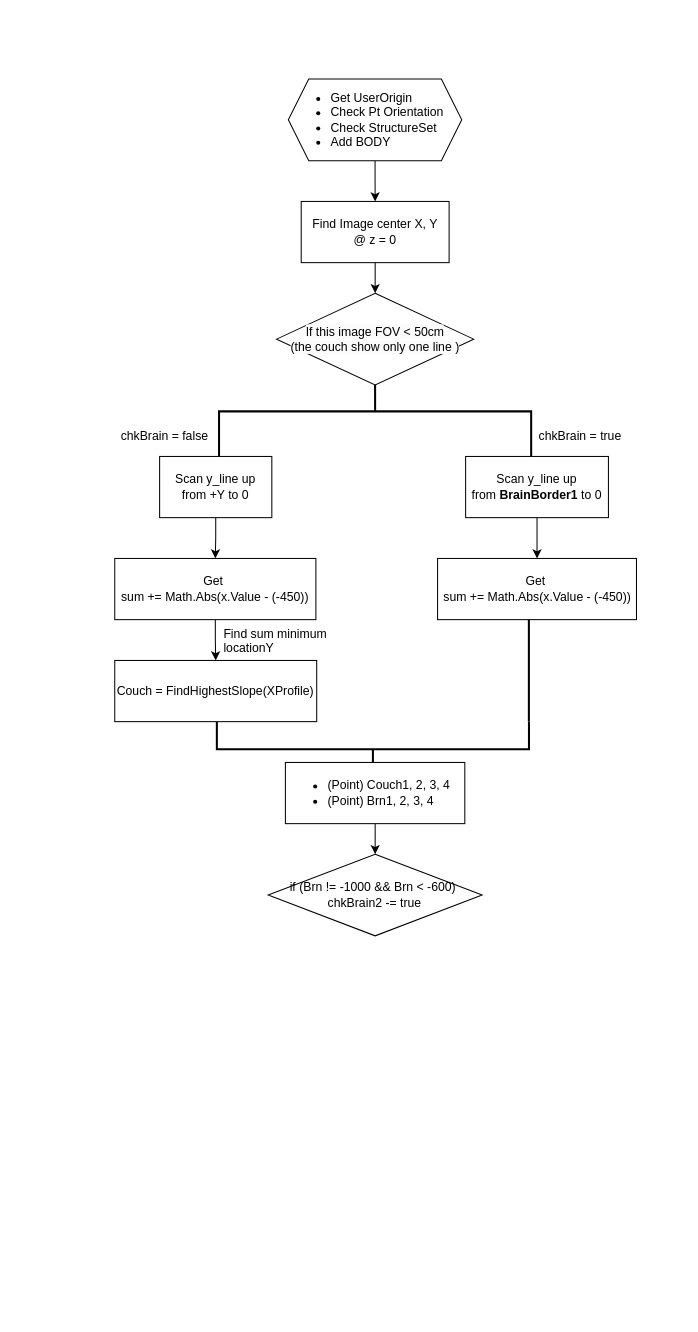
Above: CouchPhoton_Process.drawio in eatingwu1009/CouchInsert (draw.io), before the change. Source tidied: cells renumbered, new cells numbered last; positions are measured from the earlier drawing's top-left corner, leaving out a move shared by most shapes. Both pictures are drawn from the tidied source at 102%, with x=0, y=0 at pixel (108, 79).
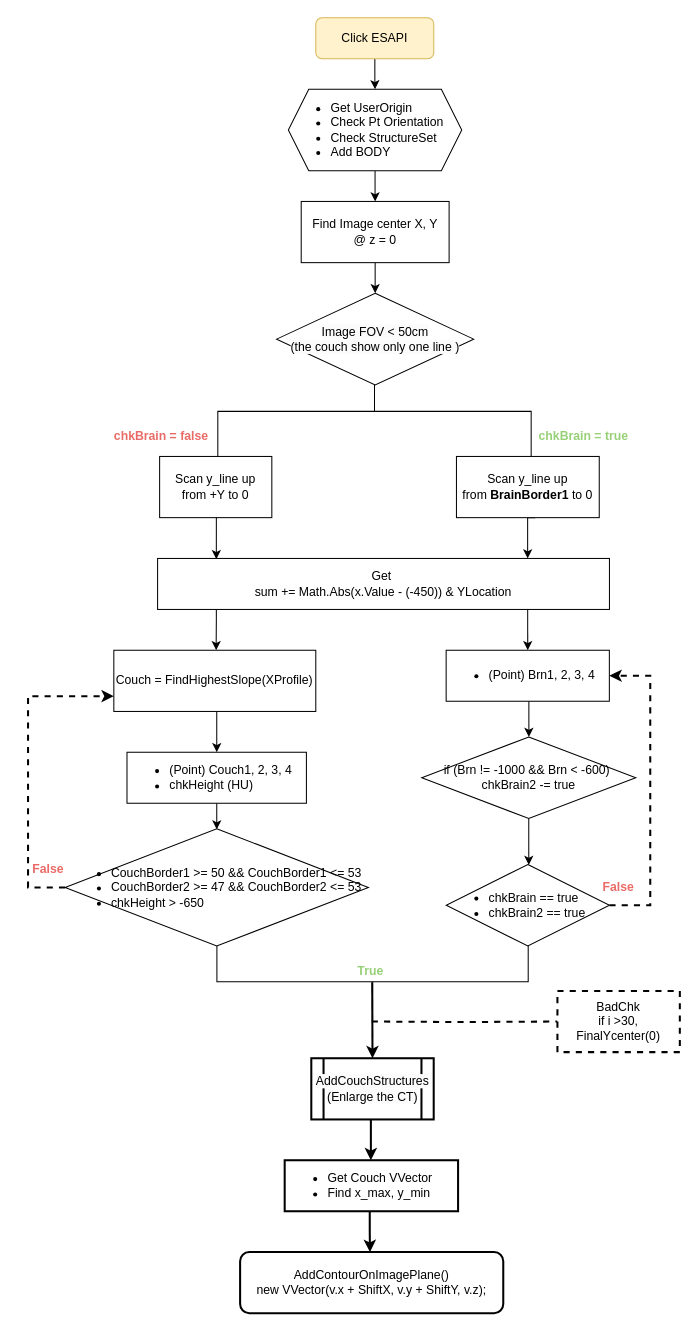
Above is the later version.

The change refers to these unchanged cells:
```xml
<mxCell id="8" value="Scan y_line up &lt;br&gt;from +Y to 0" style="rounded=0;whiteSpace=wrap;html=1;" parent="1" vertex="1">
  <mxGeometry x="50" y="370" width="110" height="60" as="geometry" />
</mxCell>
```

What changed in the source:
```diff
@@
     <mxCell id="3" value="&lt;ul&gt;&lt;li&gt;Get UserOrigin&lt;/li&gt;&lt;li style=&quot;&quot;&gt;Check Pt Orientation&lt;/li&gt;&lt;li style=&quot;&quot;&gt;Check StructureSet&lt;/li&gt;&lt;li style=&quot;&quot;&gt;Add BODY&amp;nbsp;&lt;/li&gt;&lt;/ul&gt;" style="shape=hexagon;perimeter=hexagonPerimeter2;whiteSpace=wrap;html=1;fixedSize=1;align=left;" parent="1" vertex="1">
-      <mxGeometry x="176.2" width="170" height="80" as="geometry" />
+      <mxGeometry x="176.2" y="10" width="170" height="80" as="geometry" />
     </mxCell>
@@
-    <mxCell id="6" style="strokeWidth=2;html=1;shape=mxgraph.flowchart.annotation_2;align=left;labelPosition=right;rotation=90;" parent="1" vertex="1">
-      <mxGeometry x="205.3" y="172.8" width="111.9" height="306" as="geometry" />
+    <mxCell id="6" style="strokeWidth=1;html=1;shape=mxgraph.flowchart.annotation_2;align=left;labelPosition=right;rotation=90;" parent="1" vertex="1">
+      <mxGeometry x="204.7" y="172.2" width="111.9" height="307.2" as="geometry" />
     </mxCell>
-    <mxCell id="7" style="edgeStyle=orthogonalEdgeStyle;rounded=0;jettySize=auto;html=1;" parent="1" edge="1" source="8" target="14">
-      <mxGeometry relative="1" as="geometry" />
+    <mxCell id="7" style="edgeStyle=orthogonalEdgeStyle;rounded=0;jettySize=auto;html=1;entryX=0.13;entryY=0.015;entryDx=0;entryDy=0;entryPerimeter=0;exitX=0.533;exitY=0.99;exitDx=0;exitDy=0;exitPerimeter=0;" parent="1" edge="1" source="8" target="14">
+      <mxGeometry relative="1" as="geometry">
+        <Array as="points">
+          <mxPoint x="106" y="429" />
+        </Array>
+      </mxGeometry>
     </mxCell>
@@
-    <mxCell id="9" value="chkBrain = true" style="text;whiteSpace=wrap;html=1;" parent="1" vertex="1">
+    <mxCell id="9" value="chkBrain = true" style="text;whiteSpace=wrap;html=1;fontColor=#97D077;fontStyle=1;" parent="1" vertex="1">
       <mxGeometry x="420" y="336" width="110" height="20" as="geometry" />
     </mxCell>
-    <mxCell id="10" value="chkBrain = false" style="text;whiteSpace=wrap;html=1;align=right;" parent="1" vertex="1">
+    <mxCell id="10" value="chkBrain = false" style="text;whiteSpace=wrap;html=1;align=right;fontColor=#EA6B66;fontStyle=1;" parent="1" vertex="1">
       <mxGeometry y="336" width="100" height="20" as="geometry" />
     </mxCell>
-    <mxCell id="11" style="edgeStyle=orthogonalEdgeStyle;rounded=0;jettySize=auto;html=1;" parent="1" edge="1" source="12" target="15">
-      <mxGeometry relative="1" as="geometry" />
+    <mxCell id="11" style="edgeStyle=orthogonalEdgeStyle;rounded=0;jettySize=auto;html=1;entryX=0.819;entryY=-0.001;entryDx=0;entryDy=0;entryPerimeter=0;exitX=0.551;exitY=1;exitDx=0;exitDy=0;exitPerimeter=0;" parent="1" edge="1" source="12" target="14">
+      <mxGeometry relative="1" as="geometry">
+        <Array as="points">
+          <mxPoint x="411" y="430" />
+          <mxPoint x="411" y="469" />
+          <mxPoint x="411" y="469" />
+        </Array>
+      </mxGeometry>
     </mxCell>
     <mxCell id="12" value="Scan y_line up &lt;br&gt;from &lt;b&gt;BrainBorder1&lt;/b&gt; to 0" style="rounded=0;whiteSpace=wrap;html=1;" parent="1" vertex="1">
-      <mxGeometry x="350" y="370" width="140" height="60" as="geometry" />
+      <mxGeometry x="341" y="370" width="140" height="60" as="geometry" />
     </mxCell>
-    <mxCell id="13" style="edgeStyle=orthogonalEdgeStyle;rounded=0;jettySize=auto;html=1;" parent="1" edge="1" source="14" target="16">
-      <mxGeometry relative="1" as="geometry" />
+    <mxCell id="13" style="edgeStyle=orthogonalEdgeStyle;rounded=0;jettySize=auto;html=1;exitX=0.13;exitY=1.004;exitDx=0;exitDy=0;exitPerimeter=0;entryX=0.31;entryY=0;entryDx=0;entryDy=0;entryPerimeter=0;" parent="1" edge="1" source="14">
+      <mxGeometry relative="1" as="geometry">
+        <mxPoint x="105.4" y="560" as="targetPoint" />
+        <Array as="points">
+          <mxPoint x="106" y="529" />
+          <mxPoint x="105" y="529" />
+        </Array>
+      </mxGeometry>
     </mxCell>
+    <mxCell id="24" style="edgeStyle=orthogonalEdgeStyle;rounded=0;jettySize=auto;html=1;entryX=0.5;entryY=0;entryDx=0;entryDy=0;exitX=0.819;exitY=1.002;exitDx=0;exitDy=0;exitPerimeter=0;" parent="1" edge="1" source="14" target="33">
+      <mxGeometry relative="1" as="geometry" />
+    </mxCell>
-    <mxCell id="14" value="Get&amp;nbsp;&lt;br&gt;sum += Math.Abs(x.Value - (-450))" style="rounded=0;whiteSpace=wrap;html=1;" parent="1" vertex="1">
-      <mxGeometry x="6" y="470" width="197.2" height="60" as="geometry" />
+    <mxCell id="14" value="Get&amp;nbsp;&lt;br&gt;sum += Math.Abs(x.Value - (-450)) &amp;amp; YLocation" style="rounded=0;whiteSpace=wrap;html=1;" parent="1" vertex="1">
+      <mxGeometry x="48" y="470" width="443" height="50" as="geometry" />
     </mxCell>
-    <mxCell id="15" value="Get&amp;nbsp;&lt;br&gt;sum += Math.Abs(x.Value - (-450))" style="rounded=0;whiteSpace=wrap;html=1;" parent="1" vertex="1">
-      <mxGeometry x="322.5" y="470" width="195" height="60" as="geometry" />
-    </mxCell>
-    <mxCell id="16" value="Couch = FindHighestSlope(XProfile)" style="whiteSpace=wrap;html=1;rounded=0;" parent="1" vertex="1">
-      <mxGeometry x="6" y="570" width="198" height="60" as="geometry" />
-    </mxCell>
-    <mxCell id="17" value="Find sum minimum locationY" style="text;whiteSpace=wrap;html=1;align=left;" parent="1" vertex="1">
-      <mxGeometry x="111" y="530" width="120" height="40" as="geometry" />
-    </mxCell>
-    <mxCell id="18" style="strokeWidth=2;html=1;shape=mxgraph.flowchart.annotation_2;align=left;labelPosition=right;rotation=-90;" parent="1" vertex="1">
-      <mxGeometry x="232.1" y="504.1" width="54" height="306" as="geometry" />
+    <mxCell id="18" style="strokeWidth=1;html=1;shape=mxgraph.flowchart.annotation_2;align=left;labelPosition=right;rotation=-90;" parent="1" vertex="1">
+      <mxGeometry x="219.3" y="732.5" width="78.9" height="305.2" as="geometry" />
     </mxCell>
-    <mxCell id="19" style="endArrow=none;html=1;rounded=0;fontSize=12;strokeWidth=2;" parent="1" edge="1">
-      <mxGeometry relative="1" as="geometry">
-        <mxPoint x="412" y="630" as="sourcePoint" />
-        <mxPoint x="412" y="530" as="targetPoint" />
-      </mxGeometry>
-    </mxCell>
-    <mxCell id="20" style="edgeStyle=orthogonalEdgeStyle;rounded=0;jettySize=auto;html=1;" parent="1" edge="1" source="21" target="23">
-      <mxGeometry relative="1" as="geometry" />
-    </mxCell>
+    <mxCell id="25" style="edgeStyle=orthogonalEdgeStyle;rounded=0;orthogonalLoop=1;jettySize=auto;html=1;" parent="1" edge="1">
+      <mxGeometry relative="1" as="geometry">
+        <mxPoint x="106" y="710" as="sourcePoint" />
+        <mxPoint x="106" y="735.7" as="targetPoint" />
+        <Array as="points">
+          <mxPoint x="106" y="720" />
+          <mxPoint x="106" y="720" />
+        </Array>
+      </mxGeometry>
+    </mxCell>
-    <mxCell id="21" value="&lt;ul&gt;&lt;li&gt;(Point) Couch1, 2, 3, 4&lt;/li&gt;&lt;li&gt;(Point)&amp;nbsp;Brn1, 2, 3, 4&amp;nbsp;&lt;/li&gt;&lt;/ul&gt;" style="rounded=0;whiteSpace=wrap;html=1;align=left;" parent="1" vertex="1">
-      <mxGeometry x="173.3" y="670" width="175.9" height="60" as="geometry" />
+    <mxCell id="21" value="&lt;ul&gt;&lt;li&gt;(Point) Couch1, 2, 3, 4&amp;nbsp;&lt;/li&gt;&lt;li&gt;chkHeight (HU)&lt;/li&gt;&lt;/ul&gt;" style="rounded=0;whiteSpace=wrap;html=1;align=left;" parent="1" vertex="1">
+      <mxGeometry x="18" y="660" width="175.9" height="50" as="geometry" />
     </mxCell>
-    <mxCell id="22" value="&lt;span style=&quot;color: rgb(0, 0, 0); font-family: Helvetica; font-size: 12px; font-style: normal; font-variant-ligatures: normal; font-variant-caps: normal; font-weight: 400; letter-spacing: normal; orphans: 2; text-align: left; text-indent: 0px; text-transform: none; widows: 2; word-spacing: 0px; -webkit-text-stroke-width: 0px; background-color: rgb(251, 251, 251); text-decoration-thickness: initial; text-decoration-style: initial; text-decoration-color: initial; float: none; display: inline !important;&quot;&gt;If this image FOV &amp;lt; 50cm&lt;/span&gt;&lt;br style=&quot;border-color: var(--border-color); color: rgb(0, 0, 0); font-family: Helvetica; font-size: 12px; font-style: normal; font-variant-ligatures: normal; font-variant-caps: normal; font-weight: 400; letter-spacing: normal; orphans: 2; text-align: left; text-indent: 0px; text-transform: none; widows: 2; word-spacing: 0px; -webkit-text-stroke-width: 0px; background-color: rgb(251, 251, 251); text-decoration-thickness: initial; text-decoration-style: initial; text-decoration-color: initial;&quot;&gt;&lt;span style=&quot;color: rgb(0, 0, 0); font-family: Helvetica; font-size: 12px; font-style: normal; font-variant-ligatures: normal; font-variant-caps: normal; font-weight: 400; letter-spacing: normal; orphans: 2; text-align: left; text-indent: 0px; text-transform: none; widows: 2; word-spacing: 0px; -webkit-text-stroke-width: 0px; background-color: rgb(251, 251, 251); text-decoration-thickness: initial; text-decoration-style: initial; text-decoration-color: initial; float: none; display: inline !important;&quot;&gt;(the couch show only one line )&lt;/span&gt;" style="rhombus;whiteSpace=wrap;html=1;" parent="1" vertex="1">
+    <mxCell id="22" value="&lt;span style=&quot;color: rgb(0, 0, 0); font-family: Helvetica; font-size: 12px; font-style: normal; font-variant-ligatures: normal; font-variant-caps: normal; font-weight: 400; letter-spacing: normal; orphans: 2; text-align: left; text-indent: 0px; text-transform: none; widows: 2; word-spacing: 0px; -webkit-text-stroke-width: 0px; background-color: rgb(251, 251, 251); text-decoration-thickness: initial; text-decoration-style: initial; text-decoration-color: initial; float: none; display: inline !important;&quot;&gt;Image FOV &amp;lt; 50cm&lt;/span&gt;&lt;br style=&quot;border-color: var(--border-color); color: rgb(0, 0, 0); font-family: Helvetica; font-size: 12px; font-style: normal; font-variant-ligatures: normal; font-variant-caps: normal; font-weight: 400; letter-spacing: normal; orphans: 2; text-align: left; text-indent: 0px; text-transform: none; widows: 2; word-spacing: 0px; -webkit-text-stroke-width: 0px; background-color: rgb(251, 251, 251); text-decoration-thickness: initial; text-decoration-style: initial; text-decoration-color: initial;&quot;&gt;&lt;span style=&quot;color: rgb(0, 0, 0); font-family: Helvetica; font-size: 12px; font-style: normal; font-variant-ligatures: normal; font-variant-caps: normal; font-weight: 400; letter-spacing: normal; orphans: 2; text-align: left; text-indent: 0px; text-transform: none; widows: 2; word-spacing: 0px; -webkit-text-stroke-width: 0px; background-color: rgb(251, 251, 251); text-decoration-thickness: initial; text-decoration-style: initial; text-decoration-color: initial; float: none; display: inline !important;&quot;&gt;(the couch show only one line )&lt;/span&gt;" style="rhombus;whiteSpace=wrap;html=1;" parent="1" vertex="1">
       <mxGeometry x="164.7" y="210" width="193.2" height="90" as="geometry" />
     </mxCell>
+    <mxCell id="26" style="edgeStyle=orthogonalEdgeStyle;rounded=0;jettySize=auto;html=1;" parent="1" edge="1" source="23" target="35">
+      <mxGeometry relative="1" as="geometry">
+        <Array as="points">
+          <mxPoint x="412" y="740" />
+          <mxPoint x="412" y="740" />
+        </Array>
+      </mxGeometry>
+    </mxCell>
+    <mxCell id="27" style="edgeStyle=orthogonalEdgeStyle;rounded=0;jettySize=auto;html=1;dashed=1;startArrow=none;startFill=0;endArrow=none;endFill=0;entryX=0;entryY=0.5;entryDx=0;entryDy=0;strokeWidth=2;" parent="1" edge="1" target="46">
+      <mxGeometry relative="1" as="geometry">
+        <mxPoint x="258" y="924" as="sourcePoint" />
+      </mxGeometry>
+    </mxCell>
     <mxCell id="23" value="if (Brn != -1000 &amp;amp;&amp;amp; Brn &amp;lt; -600)&amp;nbsp; chkBrain2 -= true" style="rhombus;whiteSpace=wrap;html=1;align=center;rounded=0;verticalAlign=middle;" parent="1" vertex="1">
-      <mxGeometry x="156.4" y="760" width="209.8" height="80" as="geometry" />
+      <mxGeometry x="307" y="645" width="209.8" height="80" as="geometry" />
     </mxCell>
+    <mxCell id="28" style="edgeStyle=orthogonalEdgeStyle;rounded=0;orthogonalLoop=1;jettySize=auto;html=1;" parent="1" edge="1">
+      <mxGeometry relative="1" as="geometry">
+        <mxPoint x="106" y="620" as="sourcePoint" />
+        <mxPoint x="106" y="660" as="targetPoint" />
+        <Array as="points">
+          <mxPoint x="106" y="650" />
+          <mxPoint x="106" y="650" />
+        </Array>
+      </mxGeometry>
+    </mxCell>
+    <mxCell id="16" value="Couch = FindHighestSlope(XProfile)" style="whiteSpace=wrap;html=1;rounded=0;" parent="1" vertex="1">
+      <mxGeometry x="5.1" y="560" width="198" height="60" as="geometry" />
+    </mxCell>
+    <mxCell id="29" style="edgeStyle=orthogonalEdgeStyle;rounded=0;jettySize=auto;html=1;entryX=0;entryY=0.75;entryDx=0;entryDy=0;dashed=1;strokeWidth=2;" parent="1" edge="1" source="30" target="16">
+      <mxGeometry relative="1" as="geometry">
+        <Array as="points">
+          <mxPoint x="-79" y="793" />
+          <mxPoint x="-79" y="605" />
+        </Array>
+      </mxGeometry>
+    </mxCell>
+    <mxCell id="30" value="&lt;div style=&quot;text-align: left;&quot;&gt;&lt;ul&gt;&lt;li&gt;&lt;span style=&quot;background-color: initial;&quot;&gt;CouchBorder1 &amp;gt;= 50 &amp;amp;&amp;amp; CouchBorder1 &amp;lt;= 53&lt;/span&gt;&lt;/li&gt;&lt;li&gt;&lt;span style=&quot;background-color: initial;&quot;&gt;CouchBorder2 &amp;gt;= 47 &amp;amp;&amp;amp; CouchBorder2 &amp;lt;= 53&lt;br&gt;&lt;/span&gt;&lt;/li&gt;&lt;li&gt;&lt;span style=&quot;background-color: initial;&quot;&gt;chkHeight &amp;gt; -650&lt;/span&gt;&lt;/li&gt;&lt;/ul&gt;&lt;/div&gt;" style="rhombus;whiteSpace=wrap;html=1;rounded=0;" parent="1" vertex="1">
+      <mxGeometry x="-42.7" y="735" width="297.4" height="115" as="geometry" />
+    </mxCell>
+    <mxCell id="31" style="edgeStyle=orthogonalEdgeStyle;rounded=0;jettySize=auto;html=1;strokeWidth=2;" parent="1" edge="1" target="38">
+      <mxGeometry relative="1" as="geometry">
+        <mxPoint x="257.1" y="1015" as="sourcePoint" />
+        <Array as="points">
+          <mxPoint x="256.9" y="1050" />
+          <mxPoint x="256.9" y="1050" />
+        </Array>
+      </mxGeometry>
+    </mxCell>
+    <mxCell id="32" style="edgeStyle=orthogonalEdgeStyle;rounded=0;jettySize=auto;html=1;" parent="1" edge="1" source="33" target="23">
+      <mxGeometry relative="1" as="geometry">
+        <Array as="points">
+          <mxPoint x="412" y="620" />
+          <mxPoint x="412" y="620" />
+        </Array>
+      </mxGeometry>
+    </mxCell>
+    <mxCell id="33" value="&lt;ul&gt;&lt;li&gt;(Point)&amp;nbsp;Brn1, 2, 3, 4&amp;nbsp;&lt;/li&gt;&lt;/ul&gt;" style="rounded=0;whiteSpace=wrap;html=1;align=left;" parent="1" vertex="1">
+      <mxGeometry x="330.9" y="560" width="160" height="50" as="geometry" />
+    </mxCell>
+    <mxCell id="34" style="edgeStyle=orthogonalEdgeStyle;rounded=0;jettySize=auto;html=1;entryX=1;entryY=0.5;entryDx=0;entryDy=0;dashed=1;strokeWidth=2;" parent="1" edge="1" source="35" target="33">
+      <mxGeometry relative="1" as="geometry">
+        <Array as="points">
+          <mxPoint x="531" y="810" />
+          <mxPoint x="531" y="585" />
+        </Array>
+      </mxGeometry>
+    </mxCell>
+    <mxCell id="35" value="&lt;ul&gt;&lt;li&gt;&lt;span style=&quot;background-color: initial;&quot;&gt;chkBrain == true&lt;/span&gt;&lt;/li&gt;&lt;li&gt;chkBrain2 == true&lt;/li&gt;&lt;/ul&gt;" style="rhombus;whiteSpace=wrap;html=1;rounded=0;align=left;" parent="1" vertex="1">
+      <mxGeometry x="331" y="770" width="160" height="80" as="geometry" />
+    </mxCell>
+    <mxCell id="36" style="endArrow=classic;html=1;rounded=0;exitX=0.496;exitY=0.499;exitDx=0;exitDy=0;exitPerimeter=0;entryX=0.5;entryY=0;entryDx=0;entryDy=0;strokeWidth=2;" parent="1" edge="1">
+      <mxGeometry relative="1" as="geometry">
+        <mxPoint x="258.4" y="885.4" as="sourcePoint" />
+        <mxPoint x="258.7" y="960" as="targetPoint" />
+      </mxGeometry>
+    </mxCell>
+    <mxCell id="37" style="edgeStyle=orthogonalEdgeStyle;rounded=0;orthogonalLoop=1;jettySize=auto;html=1;entryX=0.493;entryY=0.002;entryDx=0;entryDy=0;entryPerimeter=0;strokeWidth=2;" parent="1" edge="1">
+      <mxGeometry relative="1" as="geometry">
+        <mxPoint x="256" y="1110" as="sourcePoint" />
+        <mxPoint x="256.2" y="1150.1" as="targetPoint" />
+        <Array as="points">
+          <mxPoint x="255.9" y="1130" />
+          <mxPoint x="255.9" y="1130" />
+        </Array>
+      </mxGeometry>
+    </mxCell>
+    <mxCell id="38" value="&lt;ul&gt;&lt;li style=&quot;&quot;&gt;Get Couch VVector&lt;/li&gt;&lt;li style=&quot;&quot;&gt;Find x_max, y_min&lt;/li&gt;&lt;/ul&gt;" style="rounded=0;whiteSpace=wrap;html=1;align=left;strokeWidth=2;" parent="1" vertex="1">
+      <mxGeometry x="172.6" y="1060" width="170" height="50" as="geometry" />
+    </mxCell>
+    <mxCell id="39" value="&lt;span style=&quot;color: rgb(0, 0, 0); font-family: Helvetica; font-size: 12px; font-style: normal; font-variant-ligatures: normal; font-variant-caps: normal; font-weight: 400; letter-spacing: normal; orphans: 2; text-align: center; text-indent: 0px; text-transform: none; widows: 2; word-spacing: 0px; -webkit-text-stroke-width: 0px; background-color: rgb(251, 251, 251); text-decoration-thickness: initial; text-decoration-style: initial; text-decoration-color: initial; float: none; display: inline !important;&quot;&gt;AddCouchStructures&lt;br&gt;(Enlarge the CT)&lt;br&gt;&lt;/span&gt;" style="shape=process;whiteSpace=wrap;html=1;backgroundOutline=1;strokeWidth=2;" parent="1" vertex="1">
+      <mxGeometry x="198.7" y="960" width="120" height="60" as="geometry" />
+    </mxCell>
+    <mxCell id="40" value="AddContourOnImagePlane() &lt;br&gt;new VVector(v.x + ShiftX, v.y + ShiftY, v.z);" style="rounded=1;whiteSpace=wrap;html=1;strokeWidth=2;" parent="1" vertex="1">
+      <mxGeometry x="128.9" y="1150" width="258" height="60" as="geometry" />
+    </mxCell>
+    <mxCell id="41" style="edgeStyle=orthogonalEdgeStyle;rounded=0;jettySize=auto;html=1;" parent="1" edge="1" source="42" target="3">
+      <mxGeometry relative="1" as="geometry" />
+    </mxCell>
+    <mxCell id="42" value="Click ESAPI" style="rounded=1;whiteSpace=wrap;html=1;fillColor=#fff2cc;strokeColor=#d6b656;" parent="1" vertex="1">
+      <mxGeometry x="203.1" y="-60" width="115.7" height="40" as="geometry" />
+    </mxCell>
+    <mxCell id="43" value="True" style="text;html=1;strokeColor=none;fillColor=none;align=center;verticalAlign=middle;whiteSpace=wrap;rounded=0;fontColor=#97D077;fontStyle=1;" parent="1" vertex="1">
+      <mxGeometry x="226.9" y="860" width="60" height="30" as="geometry" />
+    </mxCell>
+    <mxCell id="44" value="False" style="text;html=1;strokeColor=none;fillColor=none;align=center;verticalAlign=middle;whiteSpace=wrap;rounded=0;fontColor=#EA6B66;fontStyle=1;" parent="1" vertex="1">
+      <mxGeometry x="470" y="777.5" width="60" height="30" as="geometry" />
+    </mxCell>
+    <mxCell id="45" value="False" style="text;html=1;strokeColor=none;fillColor=none;align=center;verticalAlign=middle;whiteSpace=wrap;rounded=0;fontColor=#EA6B66;fontStyle=1;" parent="1" vertex="1">
+      <mxGeometry x="-89" y="760" width="60" height="30" as="geometry" />
+    </mxCell>
+    <mxCell id="46" value="BadChk &lt;br&gt;if i &amp;gt;30, FinalYcenter(0)" style="rounded=0;whiteSpace=wrap;html=1;dashed=1;strokeWidth=2;" parent="1" vertex="1">
+      <mxGeometry x="440" y="894" width="120" height="60" as="geometry" />
+    </mxCell>
```
